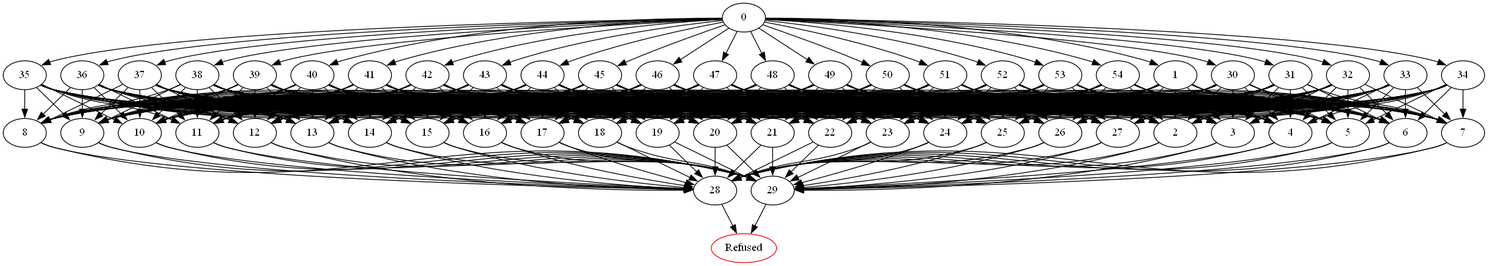
Before: DomainPicture/drsek.comdirected_graph.png, a diagram exported from Graphviz (Asikl/MazeMapper). Its source is kept beside it as DomainPicture/drsek.comdirected_graph.dot.
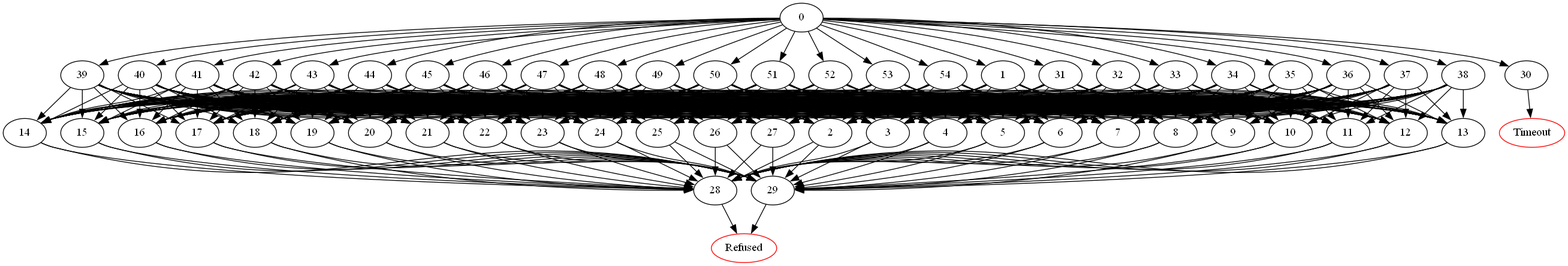
After the change.

Diff of the diagram source:
```diff
@@ -107,32 +107,8 @@
 Refused [color=red];
 	29 -> "Refused";
 Refused [color=red];
-	30 -> 2;
-	30 -> 3;
-	30 -> 4;
-	30 -> 5;
-	30 -> 6;
-	30 -> 7;
-	30 -> 8;
-	30 -> 9;
-	30 -> 10;
-	30 -> 11;
-	30 -> 12;
-	30 -> 13;
-	30 -> 14;
-	30 -> 15;
-	30 -> 16;
-	30 -> 17;
-	30 -> 18;
-	30 -> 19;
-	30 -> 20;
-	30 -> 21;
-	30 -> 22;
-	30 -> 23;
-	30 -> 24;
-	30 -> 25;
-	30 -> 26;
-	30 -> 27;
+	30 -> "Timeout";
+Timeout [color=red];
 	31 -> 2;
 	31 -> 3;
 	31 -> 4;
```
